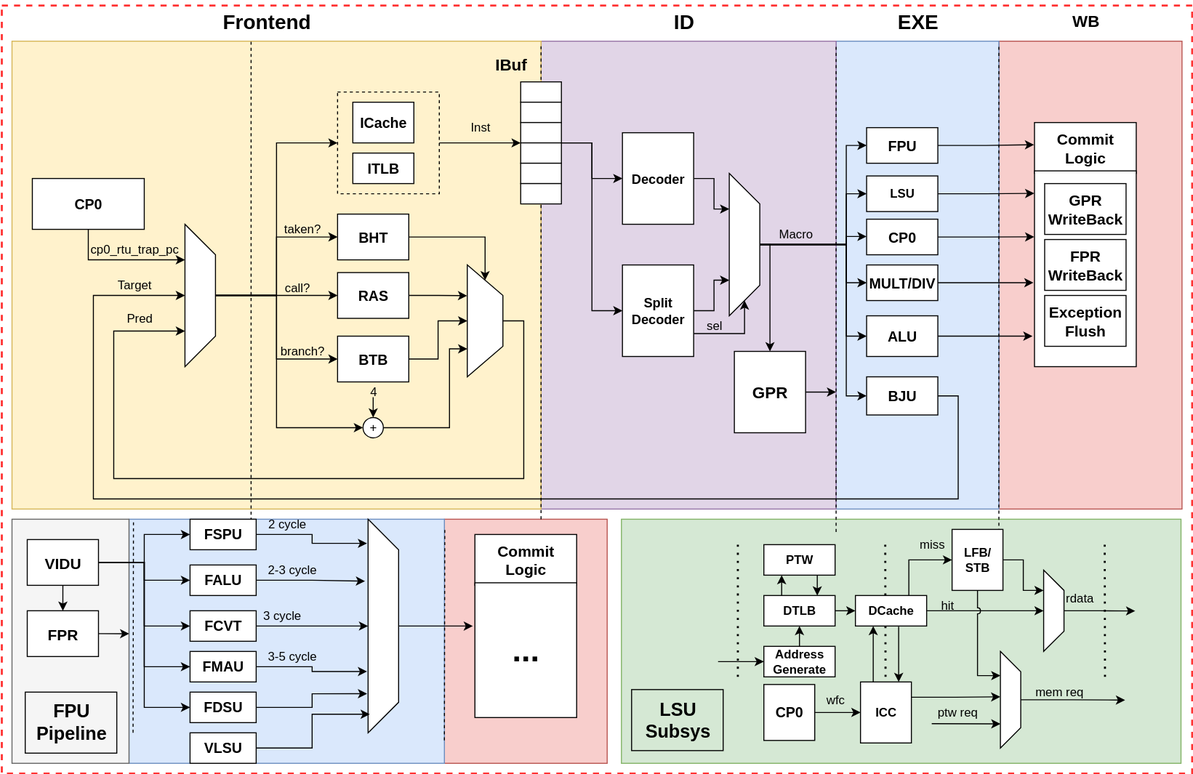
Earlier version of the draw.io export images/core164_arch.drawio.svg (Open-ChipHub/LoongChipX). Source tidied: cells renumbered, new cells last; positions are measured from the earlier drawing's top-left corner, leaving out a move shared by most shapes.
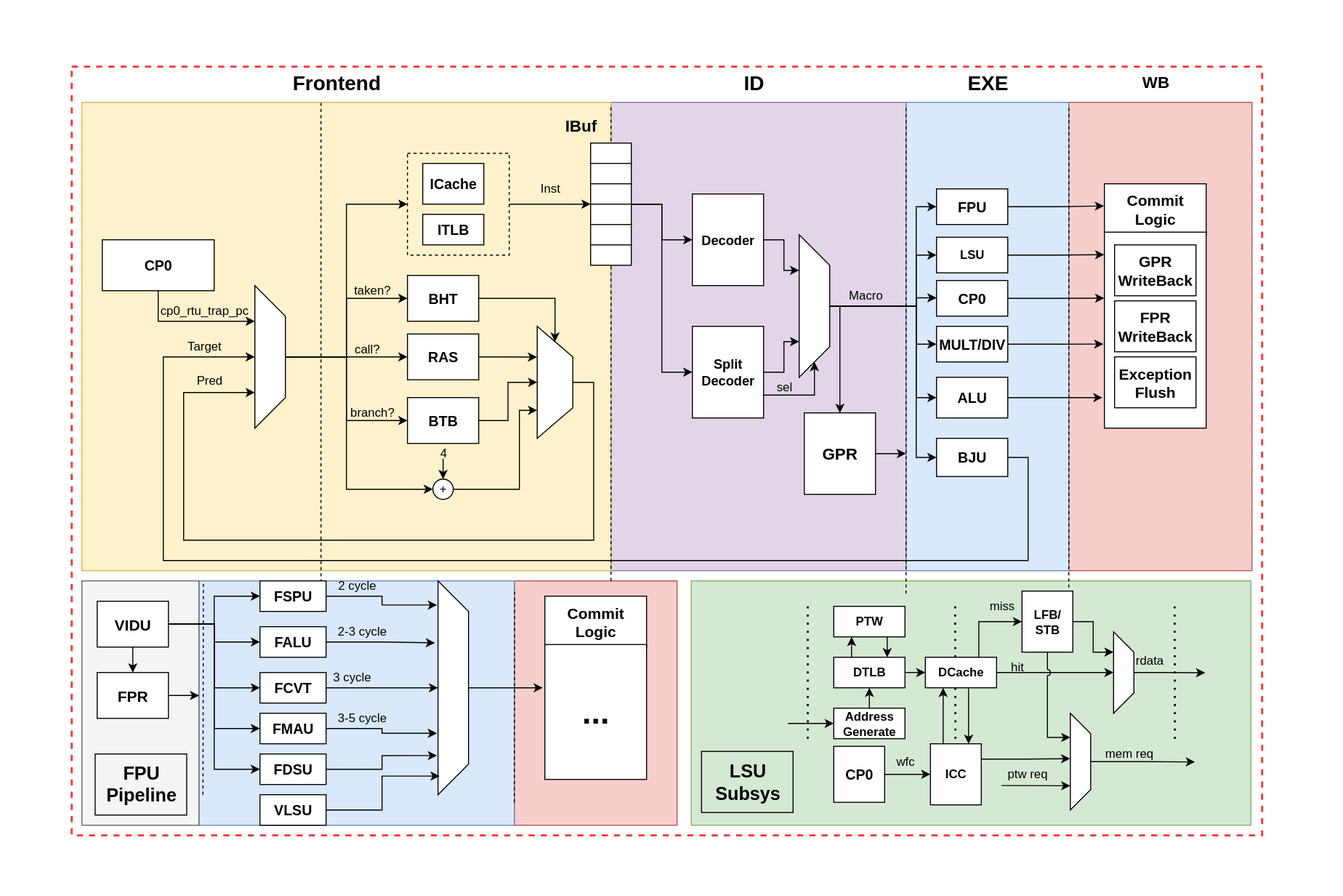
After the commit.

Commit message:
dev: update core164 architecture graph

The edit, as a diff of the source:
```diff
@@ -2,6 +2,9 @@
   <root>
     <mxCell id="0" />
     <mxCell id="1" parent="0" />
+    <mxCell id="161" style="rounded=0;whiteSpace=wrap;html=1;strokeColor=none;" parent="1" vertex="1">
+      <mxGeometry x="-70" y="-60" width="1320" height="880" as="geometry" />
+    </mxCell>
     <mxCell id="2" style="rounded=0;whiteSpace=wrap;html=1;dashed=1;strokeWidth=2;strokeColor=#FF3333;" parent="1" vertex="1">
       <mxGeometry y="5" width="1170" height="755" as="geometry" />
     </mxCell>
```
